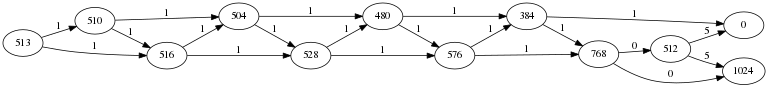
The Graphviz diagram GuiTool/image/IDMA/IDMADot.png in iitramar/guiTool, before a commit. Its source is kept beside it as GuiTool/image/IDMA/IDMADot.dot. The source it was exported from:
```dot
digraph DMRW{
rankdir = LR;
 size="8,10.5";
 513 [pos="6,23!"];
513 -> 510 [label="1"];
510 [pos="2,21!"];
510 -> 504 [label="1"];
504 [pos="2,19!"];
504 -> 480 [label="1"];
480 [pos="2,17!"];
480 -> 384 [label="1"];
384 [pos="2,15!"];
384 -> 0 [label="1"];
0 [pos="2,13!"];
384 -> 768 [label="1"];
768 [pos="8,13!"];
768 -> 512 [label="0"];
512 [pos="2,11!"];
512 -> 0 [label="5"];
512 -> 1024 [label="5"];
1024 [pos="8,9!"];
768 -> 1024 [label="0"];
480 -> 576 [label="1"];
576 [pos="8,15!"];
576 -> 384 [label="1"];
576 -> 768 [label="1"];
504 -> 528 [label="1"];
528 [pos="8,17!"];
528 -> 480 [label="1"];
528 -> 576 [label="1"];
510 -> 516 [label="1"];
516 [pos="8,19!"];
516 -> 504 [label="1"];
516 -> 528 [label="1"];
513 -> 516 [label="1"];
}
```
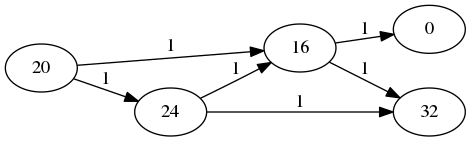
After the commit.

The edit, as a diff of the source:
```diff
@@ -1,36 +1,15 @@
 digraph DMRW{
 rankdir = LR;
  size="8,10.5";
- 513 [pos="6,23!"];
-513 -> 510 [label="1"];
-510 [pos="2,21!"];
-510 -> 504 [label="1"];
-504 [pos="2,19!"];
-504 -> 480 [label="1"];
-480 [pos="2,17!"];
-480 -> 384 [label="1"];
-384 [pos="2,15!"];
-384 -> 0 [label="1"];
-0 [pos="2,13!"];
-384 -> 768 [label="1"];
-768 [pos="8,13!"];
-768 -> 512 [label="0"];
-512 [pos="2,11!"];
-512 -> 0 [label="5"];
-512 -> 1024 [label="5"];
-1024 [pos="8,9!"];
-768 -> 1024 [label="0"];
-480 -> 576 [label="1"];
-576 [pos="8,15!"];
-576 -> 384 [label="1"];
-576 -> 768 [label="1"];
-504 -> 528 [label="1"];
-528 [pos="8,17!"];
-528 -> 480 [label="1"];
-528 -> 576 [label="1"];
-510 -> 516 [label="1"];
-516 [pos="8,19!"];
-516 -> 504 [label="1"];
-516 -> 528 [label="1"];
-513 -> 516 [label="1"];
+ 20 [pos="6,23!"];
+20 -> 16 [label="1"];
+16 [pos="2,21!"];
+16 -> 0 [label="1"];
+0 [pos="2,19!"];
+16 -> 32 [label="1"];
+32 [pos="8,19!"];
+20 -> 24 [label="1"];
+24 [pos="8,21!"];
+24 -> 16 [label="1"];
+24 -> 32 [label="1"];
 }
```
